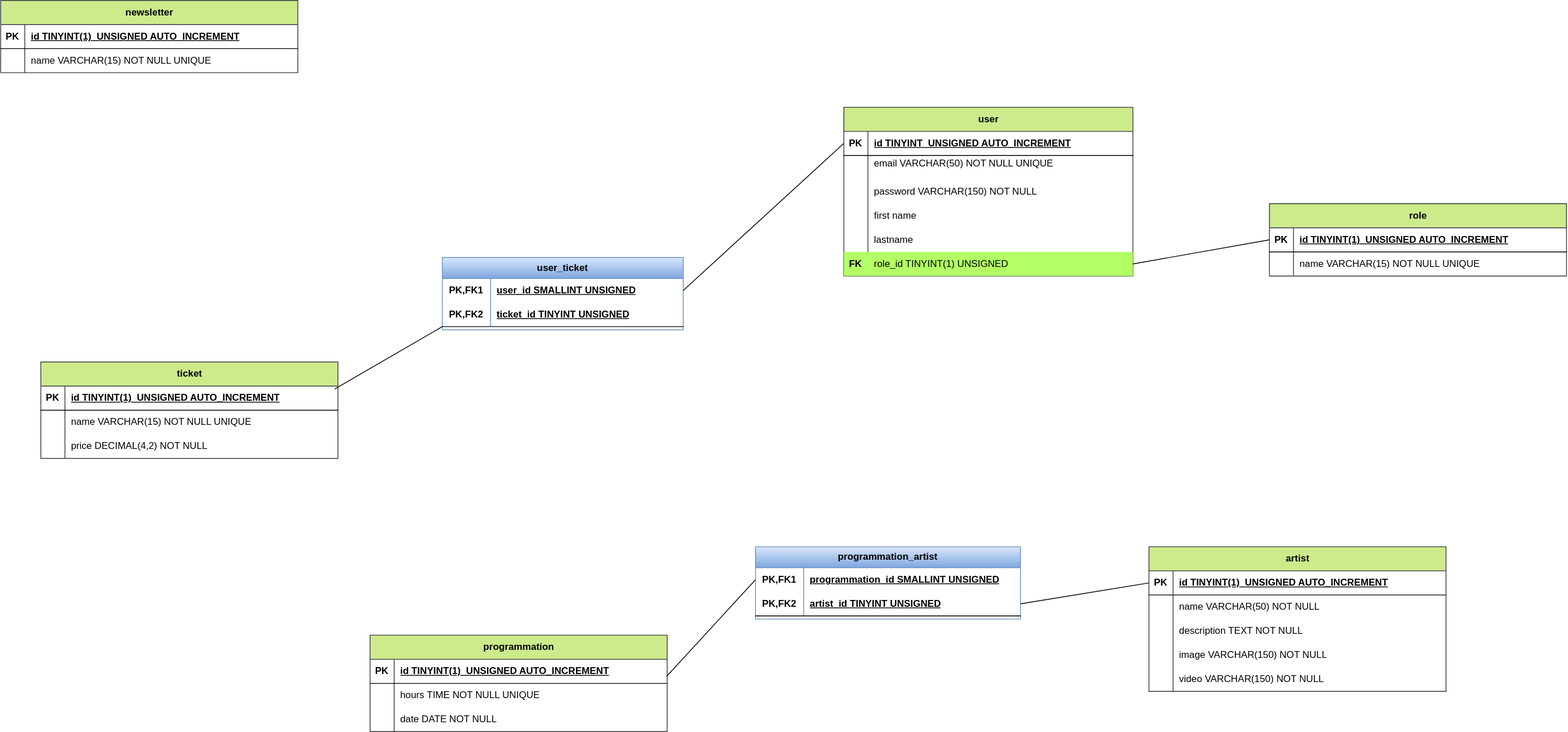
Before: code/merise/MPD.drawio.svg, a diagram exported from draw.io (Lincheml94/brief_festival). Source tidied: cells renumbered, new cells last; positions are measured from the earlier drawing's top-left corner, leaving out a move shared by most shapes.
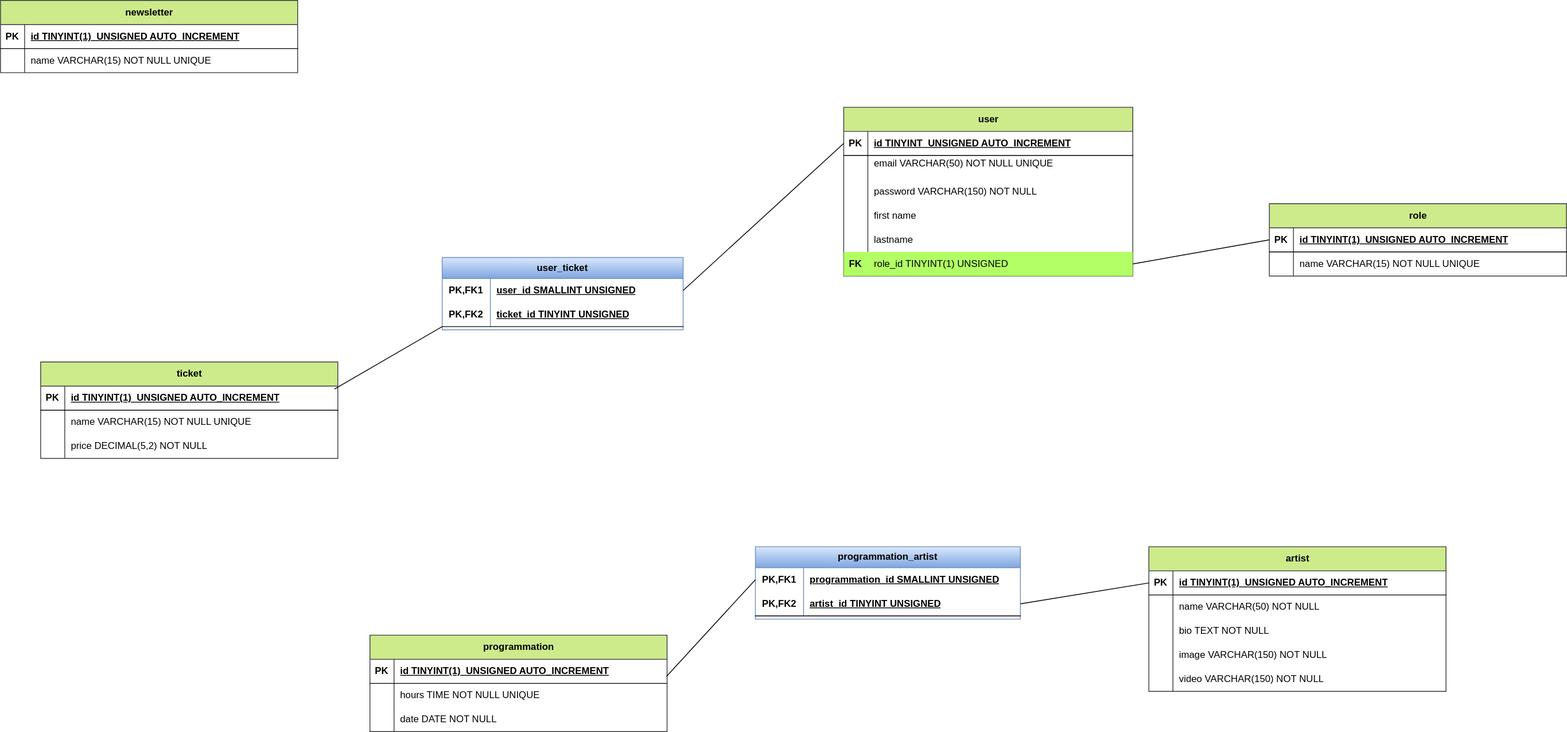
Above is the later version.

Change to the diagram source:
```diff
@@ -110,7 +110,7 @@
     <mxCell id="37" style="shape=partialRectangle;fillColor=none;top=0;left=0;bottom=0;right=0;overflow=hidden;whiteSpace=wrap;html=1;" parent="36" vertex="1">
       <mxGeometry width="30" height="30" as="geometry" />
     </mxCell>
-    <mxCell id="38" value="&lt;span style=&quot;color: rgb(0, 0, 0);&quot;&gt;price DECIMAL(4,2) NOT NULL&amp;nbsp;&lt;/span&gt;" style="shape=partialRectangle;fillColor=none;top=0;left=0;bottom=0;right=0;align=left;spacingLeft=6;overflow=hidden;whiteSpace=wrap;html=1;" parent="36" vertex="1">
+    <mxCell id="38" value="&lt;span style=&quot;color: rgb(0, 0, 0);&quot;&gt;price DECIMAL(5,2) NOT NULL&amp;nbsp;&lt;/span&gt;" style="shape=partialRectangle;fillColor=none;top=0;left=0;bottom=0;right=0;align=left;spacingLeft=6;overflow=hidden;whiteSpace=wrap;html=1;" parent="36" vertex="1">
       <mxGeometry x="30" width="340" height="30" as="geometry" />
     </mxCell>
     <mxCell id="39" value="user_ticket" style="shape=table;startSize=26;rowLines=0;fontStyle=1;align=center;html=1;whiteSpace=wrap;fillColor=#dae8fc;gradientColor=#7ea6e0;strokeColor=#6c8ebf;" parent="1" vertex="1">
@@ -197,7 +197,7 @@
     <mxCell id="66" style="shape=partialRectangle;fillColor=none;top=0;left=0;bottom=0;right=0;overflow=hidden;whiteSpace=wrap;html=1;" parent="65" vertex="1">
       <mxGeometry width="30" height="30" as="geometry" />
     </mxCell>
-    <mxCell id="67" value="&lt;span style=&quot;color: rgb(0, 0, 0);&quot;&gt;description TEXT NOT NULL&lt;/span&gt;" style="shape=partialRectangle;fillColor=none;top=0;left=0;bottom=0;right=0;align=left;spacingLeft=6;overflow=hidden;whiteSpace=wrap;html=1;" parent="65" vertex="1">
+    <mxCell id="67" value="&lt;span style=&quot;color: rgb(0, 0, 0);&quot;&gt;bio TEXT NOT NULL&lt;/span&gt;" style="shape=partialRectangle;fillColor=none;top=0;left=0;bottom=0;right=0;align=left;spacingLeft=6;overflow=hidden;whiteSpace=wrap;html=1;" parent="65" vertex="1">
       <mxGeometry x="30" width="340" height="30" as="geometry" />
     </mxCell>
     <mxCell id="68" style="shape=tableRow;horizontal=0;startSize=0;swimlaneHead=0;swimlaneBody=0;fillColor=none;top=0;left=0;right=0;bottom=0;" parent="58" vertex="1">
```
